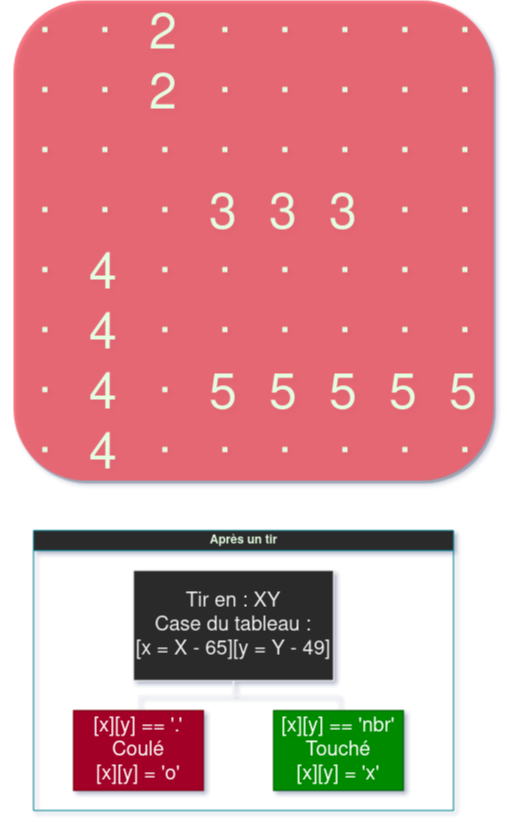
The draw.io diagram PNG/navy/Untitled Diagram.png in Curs3W4ll/Beautiful_images, before a commit. Source tidied: cells renumbered, new cells last; positions are measured from the earlier drawing's top-left corner, leaving out a move shared by most shapes.
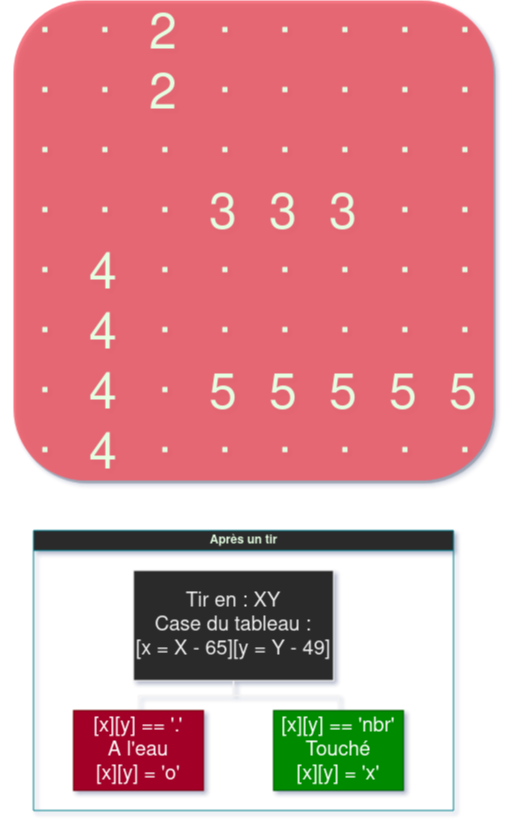
The same file after the commit.

Diff of the diagram source:
```diff
@@ -233,7 +233,7 @@
     <mxCell id="78" value="&lt;div style=&quot;font-size: 20px;&quot;&gt;Tir en : XY&lt;br style=&quot;font-size: 20px;&quot;&gt;&lt;/div&gt;&lt;div style=&quot;font-size: 20px;&quot;&gt;Case du tableau :&lt;/div&gt;&lt;div style=&quot;font-size: 20px;&quot;&gt;[x = X - 65][y = Y - 49]&lt;br style=&quot;font-size: 20px;&quot;&gt;&lt;/div&gt;" style="whiteSpace=wrap;html=1;align=center;newEdgeStyle={&quot;edgeStyle&quot;:&quot;elbowEdgeStyle&quot;,&quot;startArrow&quot;:&quot;none&quot;,&quot;endArrow&quot;:&quot;none&quot;};fontSize=20;" parent="75" vertex="1">
       <mxGeometry x="100" y="40" width="200" height="110" as="geometry" />
     </mxCell>
-    <mxCell id="79" value="&lt;div style=&quot;font-size: 20px&quot;&gt;[x][y] == '.'&lt;br style=&quot;font-size: 20px&quot;&gt;&lt;/div&gt;&lt;div style=&quot;font-size: 20px&quot;&gt;Coulé&lt;/div&gt;&lt;div&gt;[x][y] = 'o'&lt;br&gt;&lt;/div&gt;" style="whiteSpace=wrap;html=1;align=center;verticalAlign=middle;newEdgeStyle={&quot;edgeStyle&quot;:&quot;elbowEdgeStyle&quot;,&quot;startArrow&quot;:&quot;none&quot;,&quot;endArrow&quot;:&quot;none&quot;};fillColor=#a20025;strokeColor=#6F0000;fontColor=#ffffff;fontSize=20;" parent="75" vertex="1">
+    <mxCell id="79" value="&lt;div style=&quot;font-size: 20px&quot;&gt;[x][y] == '.'&lt;br style=&quot;font-size: 20px&quot;&gt;&lt;/div&gt;&lt;div style=&quot;font-size: 20px&quot;&gt;A l'eau&lt;br&gt;&lt;/div&gt;&lt;div&gt;[x][y] = 'o'&lt;br&gt;&lt;/div&gt;" style="whiteSpace=wrap;html=1;align=center;verticalAlign=middle;newEdgeStyle={&quot;edgeStyle&quot;:&quot;elbowEdgeStyle&quot;,&quot;startArrow&quot;:&quot;none&quot;,&quot;endArrow&quot;:&quot;none&quot;};fillColor=#a20025;strokeColor=#6F0000;fontColor=#ffffff;fontSize=20;" parent="75" vertex="1">
       <mxGeometry x="40" y="180" width="130" height="80" as="geometry" />
     </mxCell>
     <mxCell id="80" value="&lt;div style=&quot;font-size: 20px&quot;&gt;[x][y] == 'nbr'&lt;br style=&quot;font-size: 20px&quot;&gt;&lt;/div&gt;&lt;div style=&quot;font-size: 20px&quot;&gt;Touché&lt;/div&gt;&lt;div&gt;[x][y] = 'x'&lt;br&gt;&lt;/div&gt;" style="whiteSpace=wrap;html=1;align=center;verticalAlign=middle;newEdgeStyle={&quot;edgeStyle&quot;:&quot;elbowEdgeStyle&quot;,&quot;startArrow&quot;:&quot;none&quot;,&quot;endArrow&quot;:&quot;none&quot;};fillColor=#008a00;strokeColor=#005700;fontColor=#ffffff;fontSize=20;" parent="75" vertex="1">
```
